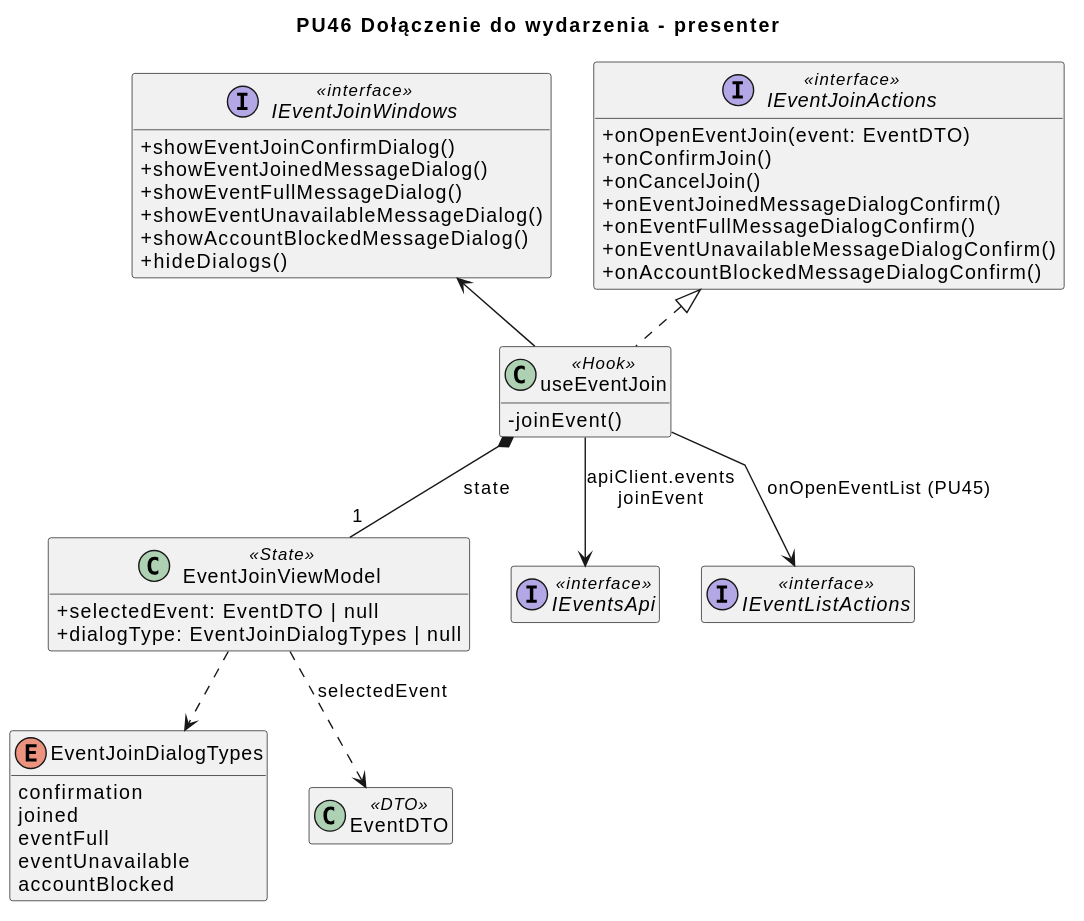
Earlier version of the PlantUML export diagrams/frontend/rendered/event-join-presenter.svg (Igor-Ochocki/POP-2026Z).
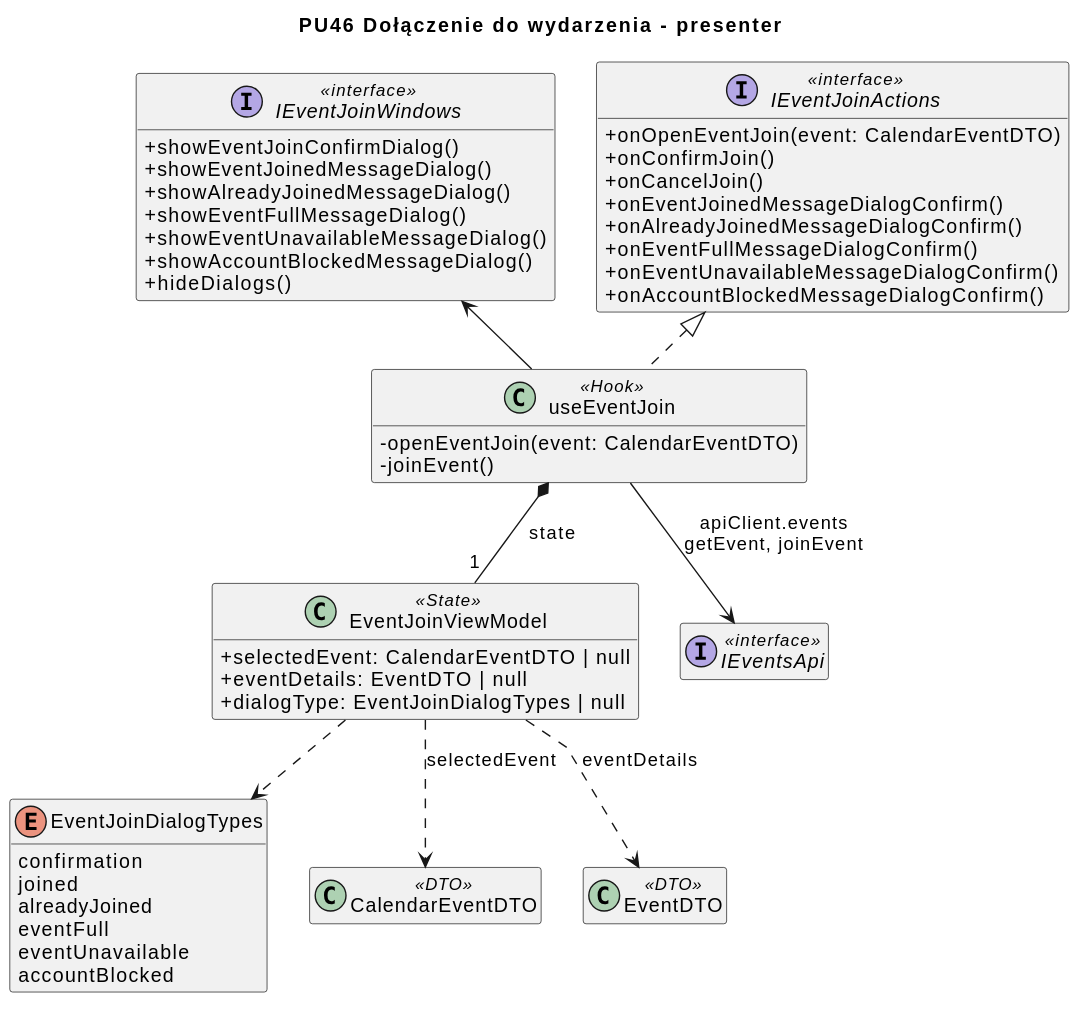
After the change.

The edit, as a diff of the source:
```diff
@@ -11,10 +11,11 @@
 title PU46 Dołączenie do wydarzenia - presenter
 
 interface IEventJoinActions <<interface>> {
-    + onOpenEventJoin(event: EventDTO)
+    + onOpenEventJoin(event: CalendarEventDTO)
     + onConfirmJoin()
     + onCancelJoin()
     + onEventJoinedMessageDialogConfirm()
+    + onAlreadyJoinedMessageDialogConfirm()
     + onEventFullMessageDialogConfirm()
     + onEventUnavailableMessageDialogConfirm()
     + onAccountBlockedMessageDialogConfirm()
@@ -23,6 +24,7 @@
 interface IEventJoinWindows <<interface>> {
     + showEventJoinConfirmDialog()
     + showEventJoinedMessageDialog()
+    + showAlreadyJoinedMessageDialog()
     + showEventFullMessageDialog()
     + showEventUnavailableMessageDialog()
     + showAccountBlockedMessageDialog()
@@ -30,31 +32,34 @@
 }
 
 class useEventJoin <<Hook>> {
+    - openEventJoin(event: CalendarEventDTO)
     - joinEvent()
 }
 
 class EventJoinViewModel <<State>> {
-    + selectedEvent: EventDTO | null
+    + selectedEvent: CalendarEventDTO | null
+    + eventDetails: EventDTO | null
     + dialogType: EventJoinDialogTypes | null
 }
 
 enum EventJoinDialogTypes {
     confirmation
     joined
+    alreadyJoined
     eventFull
     eventUnavailable
     accountBlocked
 }
 
 interface IEventsApi <<interface>>
-interface IEventListActions <<interface>>
+class CalendarEventDTO <<DTO>>
 class EventDTO <<DTO>>
 
 useEventJoin .u.|> IEventJoinActions
 useEventJoin -u-> IEventJoinWindows
 useEventJoin *-- "1" EventJoinViewModel : state
-useEventJoin --> IEventListActions : onOpenEventList (PU45)
 EventJoinViewModel ..> EventJoinDialogTypes
-EventJoinViewModel ..> EventDTO : selectedEvent
-useEventJoin --> IEventsApi : apiClient.events\njoinEvent
+EventJoinViewModel ..> CalendarEventDTO : selectedEvent
+EventJoinViewModel ..> EventDTO : eventDetails
+useEventJoin --> IEventsApi : apiClient.events\ngetEvent, joinEvent
 @enduml
```
